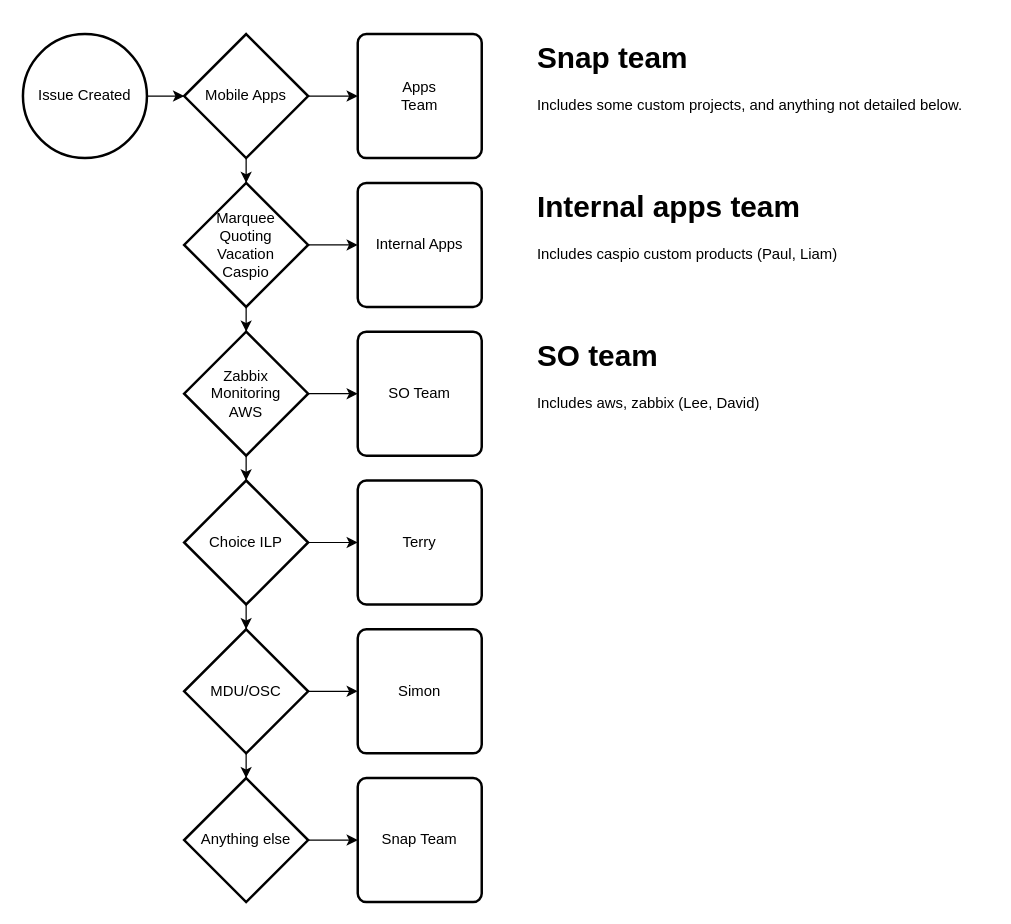
select-networx/support keeps this draw.io diagram as Support.drawio. Above is the earlier version. Source tidied: cells renumbered, new cells numbered last; positions are measured from the earlier drawing's top-left corner, leaving out a move shared by most shapes. Both pictures are drawn from the tidied source at 124%, with x=0, y=0 at pixel (22, 33).
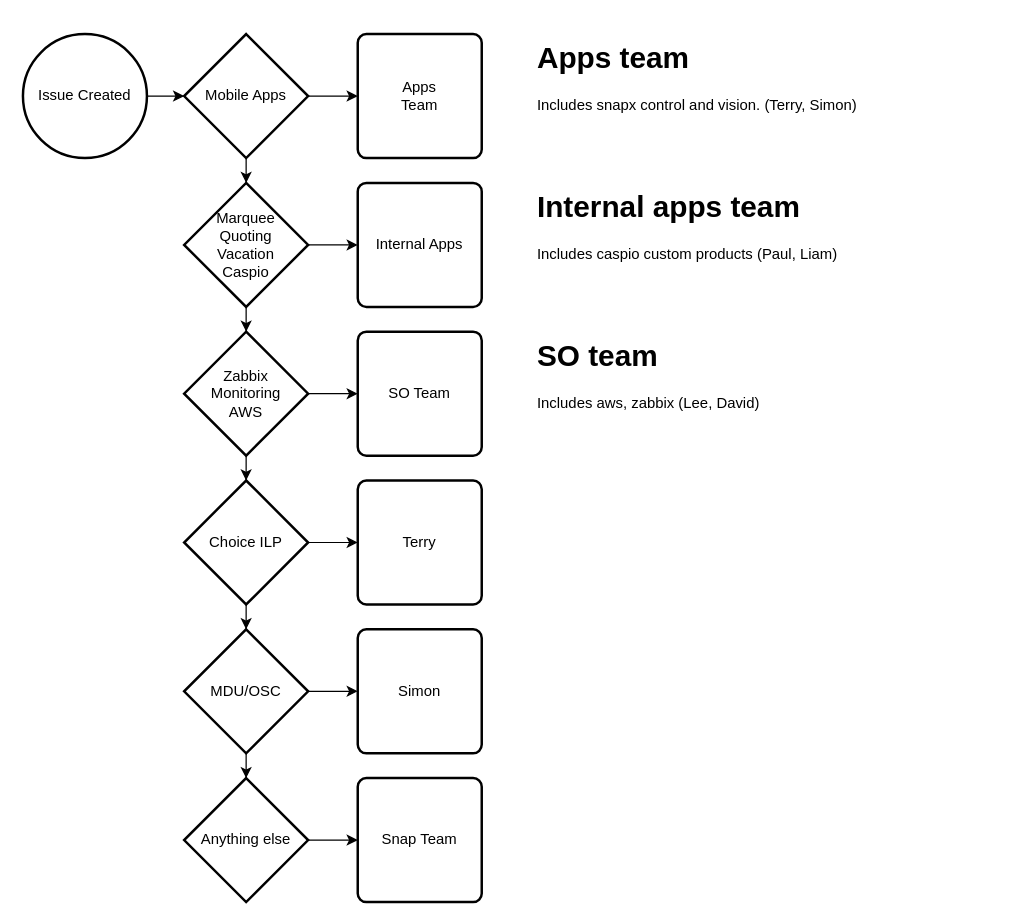
The same page after the edit.

What changed in the source:
```diff
@@
-    <mxCell id="20" value="&lt;h1&gt;Snap team&lt;/h1&gt;&lt;p&gt;Includes some custom projects, and anything not detailed below.&lt;/p&gt;" style="text;html=1;strokeColor=none;fillColor=none;spacing=5;spacingTop=-20;whiteSpace=wrap;overflow=hidden;rounded=0;" parent="1" vertex="1">
+    <mxCell id="20" value="&lt;h1&gt;Apps team&lt;/h1&gt;&lt;p&gt;Includes snapx control and vision. (Terry, Simon)&lt;/p&gt;" style="text;html=1;strokeColor=none;fillColor=none;spacing=5;spacingTop=-20;whiteSpace=wrap;overflow=hidden;rounded=0;" parent="1" vertex="1">
       <mxGeometry x="410" width="370" height="80" as="geometry" />
     </mxCell>
```
